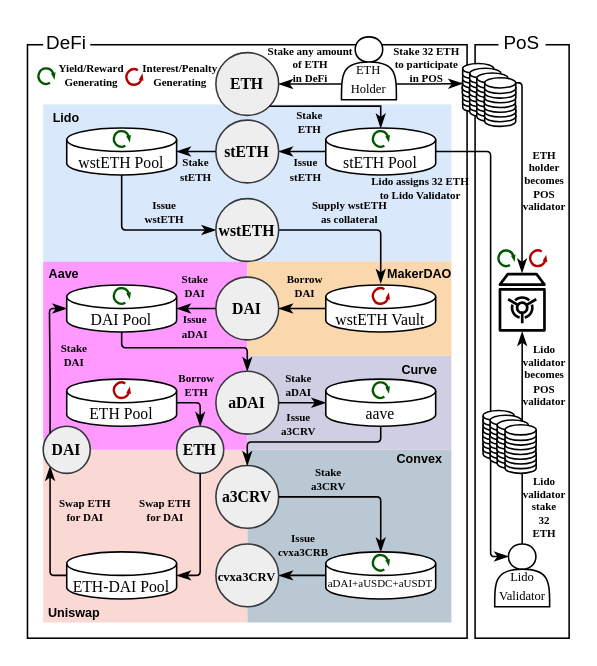
Earlier version of the draw.io diagram diagrams/complexity.drawio (lyc0603/tvl-measurement). Source tidied: cells renumbered, new cells numbered last; positions are measured from the earlier drawing's top-left corner, leaving out a move shared by most shapes. Both pictures are drawn from the tidied source at 157%, with x=0, y=0 at pixel (27, 27).
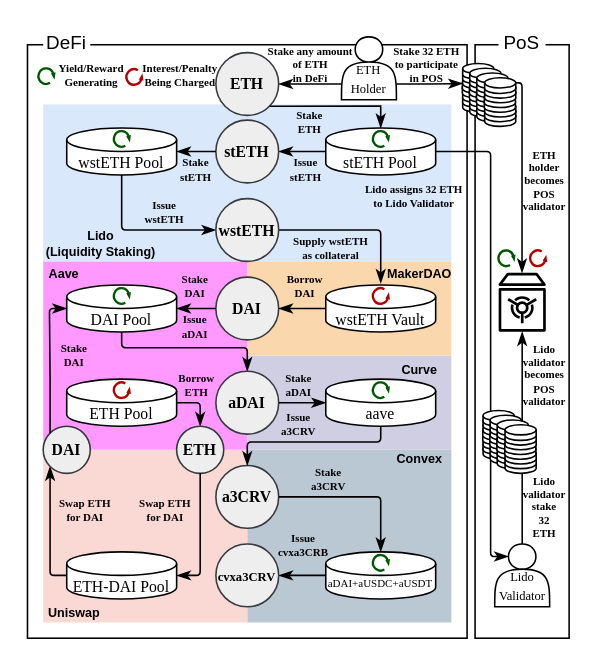
Above is the later version.

The edit, as a diff of the source:
```diff
@@
-    <mxCell id="11" value="&lt;b&gt;Lido&lt;/b&gt;" style="text;html=1;strokeColor=none;fillColor=none;align=center;verticalAlign=middle;whiteSpace=wrap;rounded=0;fontSize=8;" parent="1" vertex="1">
-      <mxGeometry x="10" y="52" width="30" height="12" as="geometry" />
+    <mxCell id="11" value="&lt;b&gt;Lido &lt;br&gt;(Liquidity Staking)&lt;/b&gt;" style="text;html=1;strokeColor=none;fillColor=none;align=center;verticalAlign=middle;whiteSpace=wrap;rounded=0;fontSize=8;spacing=2;" parent="1" vertex="1">
+      <mxGeometry x="7" y="132" width="80" height="12" as="geometry" />
     </mxCell>
@@
     <mxCell id="139" value="Supply wstETH &lt;br&gt;as collateral" style="text;html=1;strokeColor=none;fillColor=none;align=center;verticalAlign=middle;whiteSpace=wrap;rounded=0;fontFamily=Times New Roman;fontSize=7;fontStyle=1;" parent="1" vertex="1">
-      <mxGeometry x="171.5" y="109" width="67" height="17" as="geometry" />
+      <mxGeometry x="160" y="132" width="67" height="17" as="geometry" />
     </mxCell>
@@
     <mxCell id="150" value="Lido assigns 32 ETH&lt;br&gt;to Lido Validator" style="text;html=1;strokeColor=none;fillColor=none;align=center;verticalAlign=middle;whiteSpace=wrap;rounded=0;fontFamily=Times New Roman;fontSize=7;fontStyle=1;" parent="1" vertex="1">
-      <mxGeometry x="216.5" y="94" width="67" height="17" as="geometry" />
+      <mxGeometry x="212.5" y="99" width="67" height="17" as="geometry" />
     </mxCell>
@@
-    <mxCell id="158" value="Interest/Penalty&lt;br&gt;Generating" style="text;html=1;strokeColor=none;fillColor=none;align=center;verticalAlign=middle;whiteSpace=wrap;rounded=0;fontFamily=Times New Roman;fontSize=7;fontStyle=1;" parent="1" vertex="1">
+    <mxCell id="158" value="Interest/Penalty&lt;br&gt;Being Charged" style="text;html=1;strokeColor=none;fillColor=none;align=center;verticalAlign=middle;whiteSpace=wrap;rounded=0;fontFamily=Times New Roman;fontSize=7;fontStyle=1;" parent="1" vertex="1">
       <mxGeometry x="70" y="23" width="55" height="16" as="geometry" />
     </mxCell>
```
